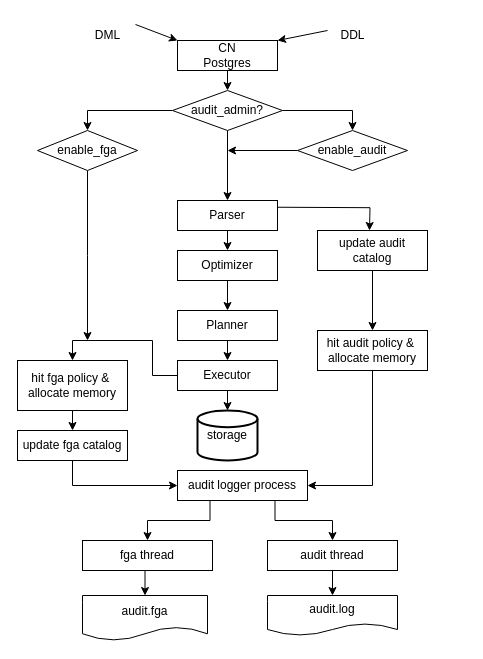
Earlier version of the draw.io diagram 审计总流程.drawio (hnusttyj530/fc3D). Source tidied: cells renumbered, new cells numbered last; positions are measured from the earlier drawing's top-left corner, leaving out a move shared by most shapes. Both pictures are drawn from the tidied source at 100%, with x=0, y=0 at pixel (17, 20).
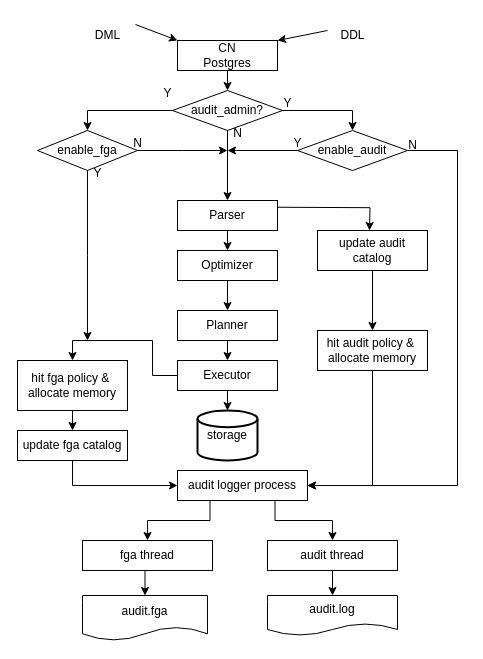
After the change.

Commit message (it also covers changes not shown here):
更新审计总流程.drawio

Unchanged cells that the change refers to:
```xml
<mxCell id="19" value="enable_audit" style="rhombus;whiteSpace=wrap;html=1;" parent="1" vertex="1">
  <mxGeometry x="280" y="110" width="110" height="40" as="geometry" />
</mxCell>
<mxCell id="27" value="enable_fga" style="rhombus;whiteSpace=wrap;html=1;" parent="1" vertex="1">
  <mxGeometry x="20" y="110" width="100" height="40" as="geometry" />
</mxCell>
<mxCell id="34" value="audit logger process" style="rounded=0;whiteSpace=wrap;html=1;" parent="1" vertex="1">
  <mxGeometry x="160" y="450" width="130" height="30" as="geometry" />
</mxCell>
```

What changed in the source:
```diff
@@
+    <mxCell id="44" style="edgeStyle=orthogonalEdgeStyle;rounded=0;jettySize=auto;html=1;exitX=1;exitY=0.5;exitDx=0;exitDy=0;entryX=1;entryY=0.5;entryDx=0;entryDy=0;" parent="1" edge="1" source="19" target="34">
+      <mxGeometry relative="1" as="geometry">
+        <Array as="points">
+          <mxPoint x="440" y="130" />
+          <mxPoint x="440" y="465" />
+        </Array>
+      </mxGeometry>
+    </mxCell>
@@
+    <mxCell id="45" style="edgeStyle=orthogonalEdgeStyle;rounded=0;jettySize=auto;html=1;exitX=1;exitY=0.5;exitDx=0;exitDy=0;" parent="1" edge="1" source="27">
+      <mxGeometry relative="1" as="geometry">
+        <mxPoint x="210" y="130" as="targetPoint" />
+      </mxGeometry>
+    </mxCell>
@@
+    <mxCell id="46" value="N" style="text;html=1;align=center;verticalAlign=middle;strokeColor=none;fillColor=none;" parent="1" vertex="1">
+      <mxGeometry x="205" y="98" width="30" height="30" as="geometry" />
+    </mxCell>
+    <mxCell id="47" value="Y" style="text;html=1;align=center;verticalAlign=middle;strokeColor=none;fillColor=none;" parent="1" vertex="1">
+      <mxGeometry x="255" y="68" width="30" height="30" as="geometry" />
+    </mxCell>
+    <mxCell id="48" value="Y" style="text;html=1;align=center;verticalAlign=middle;strokeColor=none;fillColor=none;" parent="1" vertex="1">
+      <mxGeometry x="135" y="58" width="30" height="30" as="geometry" />
+    </mxCell>
+    <mxCell id="49" value="Y" style="text;html=1;align=center;verticalAlign=middle;strokeColor=none;fillColor=none;" parent="1" vertex="1">
+      <mxGeometry x="65" y="138" width="30" height="30" as="geometry" />
+    </mxCell>
+    <mxCell id="50" value="N" style="text;html=1;align=center;verticalAlign=middle;strokeColor=none;fillColor=none;" parent="1" vertex="1">
+      <mxGeometry x="105" y="108" width="30" height="30" as="geometry" />
+    </mxCell>
+    <mxCell id="51" value="Y" style="text;html=1;align=center;verticalAlign=middle;strokeColor=none;fillColor=none;" parent="1" vertex="1">
+      <mxGeometry x="265" y="108" width="30" height="30" as="geometry" />
+    </mxCell>
+    <mxCell id="52" value="N" style="text;html=1;align=center;verticalAlign=middle;strokeColor=none;fillColor=none;" parent="1" vertex="1">
+      <mxGeometry x="380" y="110" width="30" height="30" as="geometry" />
+    </mxCell>
```
